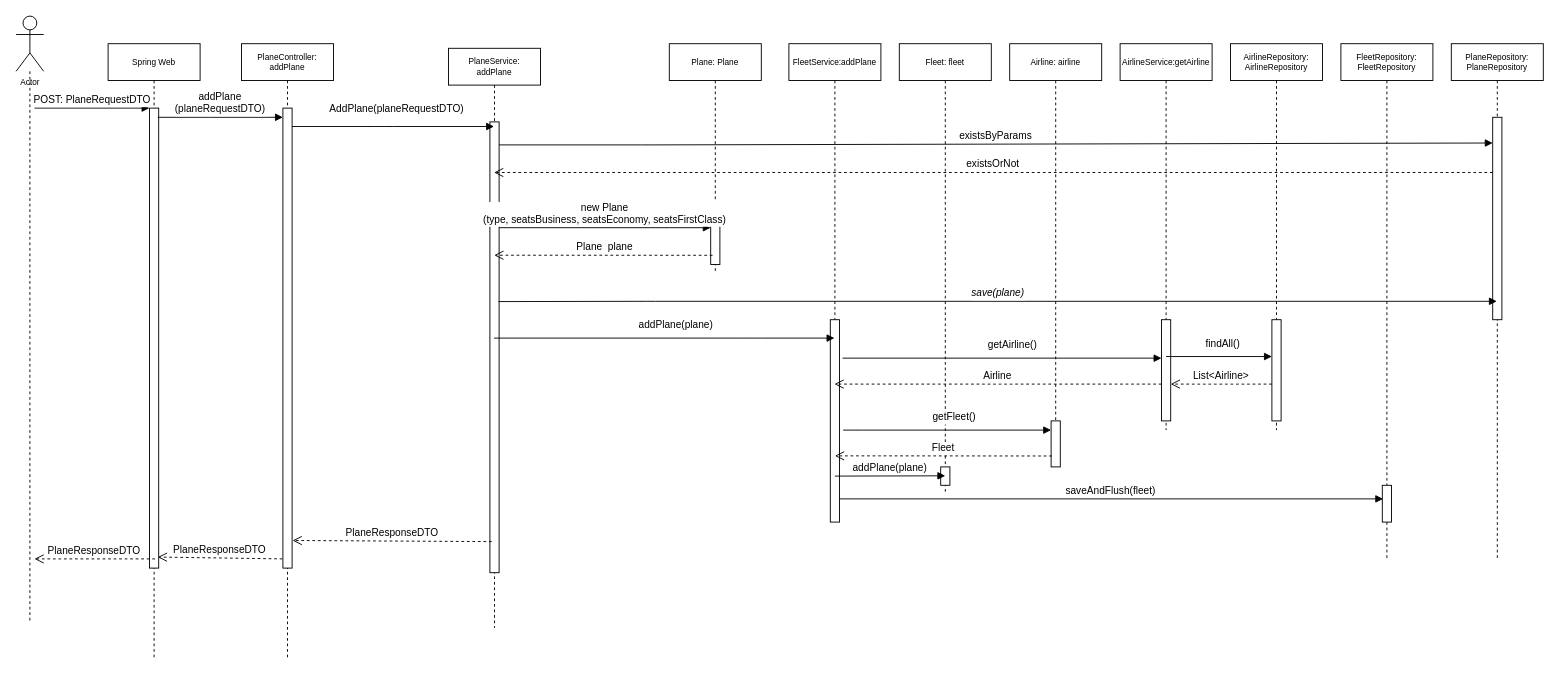
The draw.io diagram docs/sequenceDiagrams/addPlane.drawio in huict/prbed-2122-v2c-teamdit, before the edit. Source tidied: cells renumbered, new cells numbered last; positions are measured from the earlier drawing's top-left corner, leaving out a move shared by most shapes. Both pictures are drawn from the tidied source at 92%, with x=0, y=0 at pixel (16, 16).
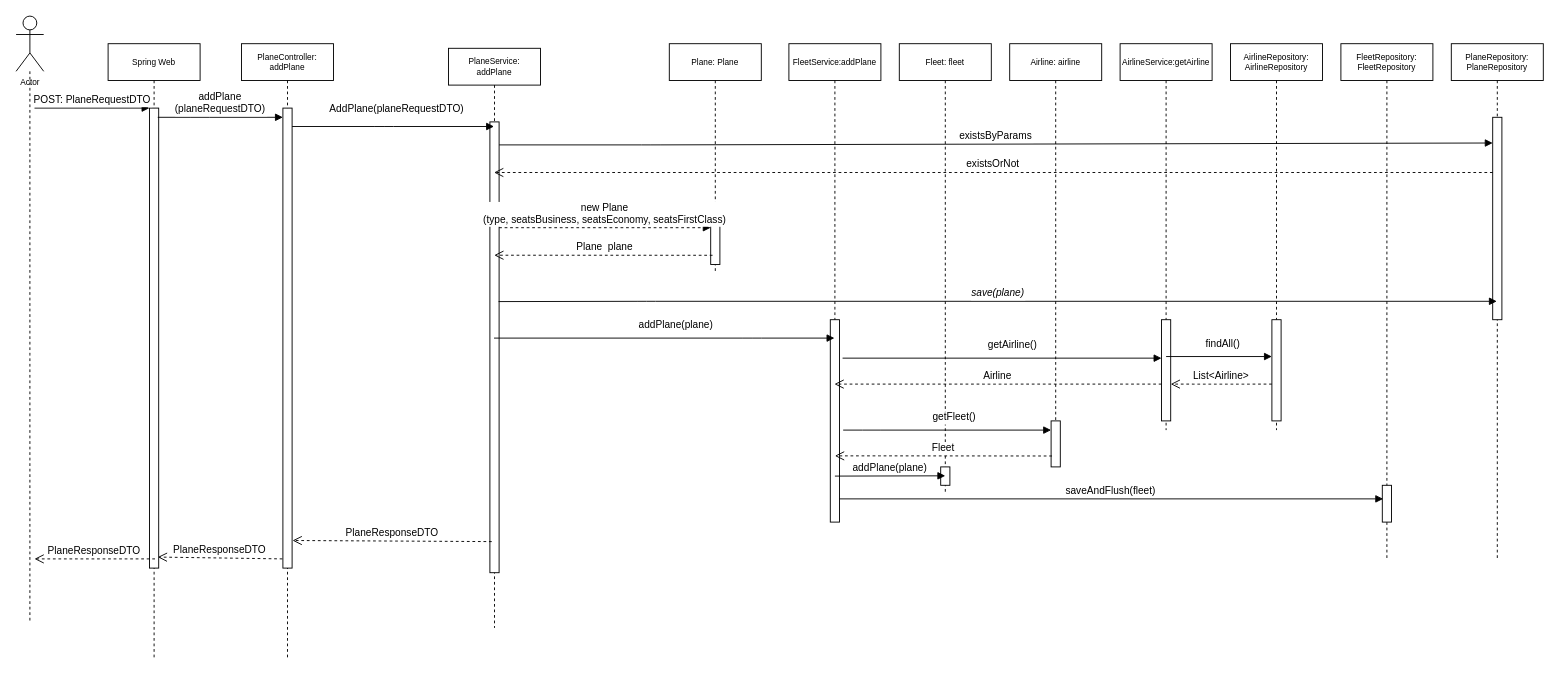
After the change.

Commit message:
addplane model fix

The change refers to these unchanged cells:
```xml
<mxCell id="5" style="points=[];perimeter=orthogonalPerimeter;rounded=0;shadow=0;strokeWidth=1;" parent="4" vertex="1">
  <mxGeometry x="45" y="80" width="10" height="490" as="geometry" />
</mxCell>
<mxCell id="12" style="points=[];perimeter=orthogonalPerimeter;rounded=0;shadow=0;strokeWidth=1;" parent="11" vertex="1">
  <mxGeometry x="45" y="180" width="10" height="60" as="geometry" />
</mxCell>
```

Change to the diagram source:
```diff
@@
-    <mxCell id="15" value="new Plane&#10;(type, seatsBusiness, seatsEconomy, seatsFirstClass)" style="verticalAlign=bottom;endArrow=block;shadow=0;strokeWidth=1;" parent="1" edge="1" source="5" target="12">
+    <mxCell id="15" value="new Plane&#10;(type, seatsBusiness, seatsEconomy, seatsFirstClass)" style="verticalAlign=bottom;endArrow=block;shadow=0;strokeWidth=1;dashed=1;" parent="1" edge="1" source="5" target="12">
       <mxGeometry relative="1" as="geometry">
         <Array as="points">
           <mxPoint x="700" y="230" />
         </Array>
       </mxGeometry>
     </mxCell>
```
